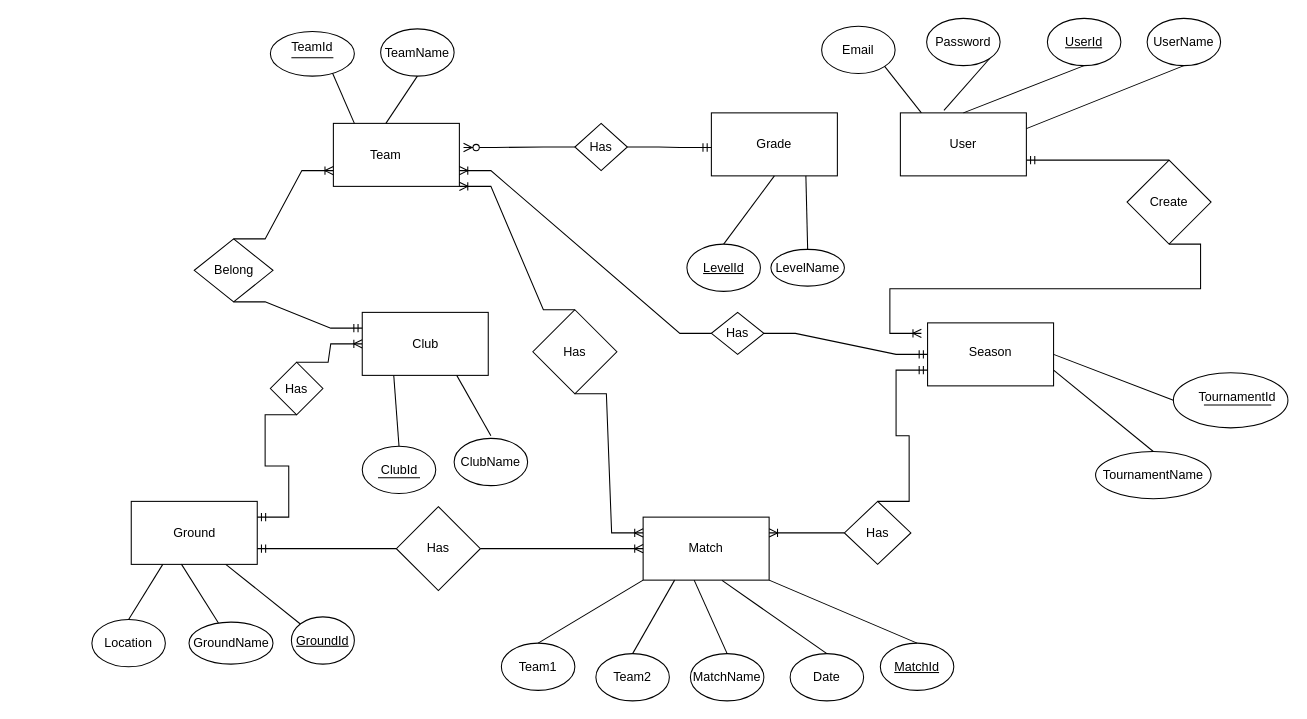
chamithopatha/Crickfix keeps this draw.io diagram as Untitled Diagram.drawio. Above is the earlier version. Source tidied: cells renumbered, new cells numbered last; positions are measured from the earlier drawing's top-left corner, leaving out a move shared by most shapes. Both pictures are drawn from the tidied source at 105%, with x=0, y=0 at pixel (91, 18).
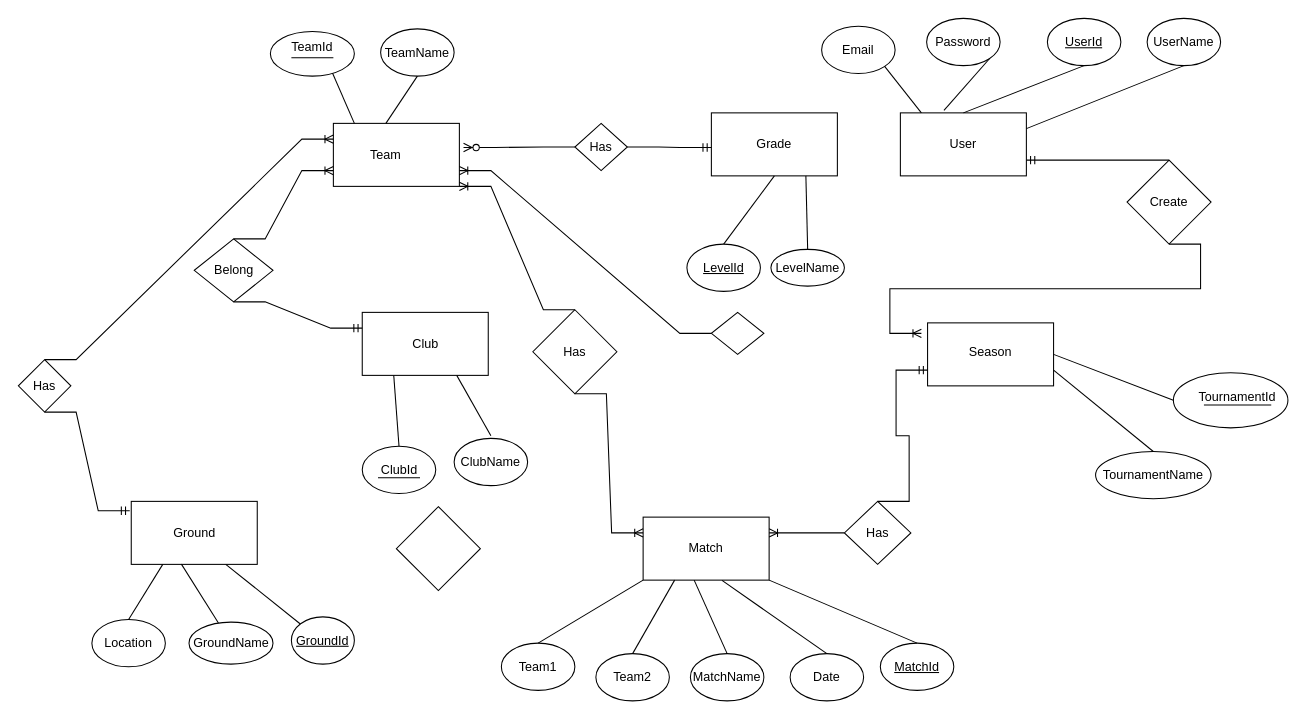
The same diagram, later.

Unchanged cells that the change refers to:
```xml
<mxCell id="15" style="rounded=0;whiteSpace=wrap;html=1;" parent="1" vertex="1">
  <mxGeometry x="230" y="100" width="120" height="60" as="geometry" />
</mxCell>
<mxCell id="19" style="rounded=0;whiteSpace=wrap;html=1;" parent="1" vertex="1">
  <mxGeometry x="37.5" y="460" width="120" height="60" as="geometry" />
</mxCell>
<mxCell id="22" style="rounded=0;whiteSpace=wrap;html=1;" parent="1" vertex="1">
  <mxGeometry x="525" y="475" width="120" height="60" as="geometry" />
</mxCell>
<mxCell id="27" style="rounded=0;whiteSpace=wrap;html=1;" parent="1" vertex="1">
  <mxGeometry x="795.9" y="290" width="120" height="60" as="geometry" />
</mxCell>
<mxCell id="80" style="rounded=0;whiteSpace=wrap;html=1;" parent="1" vertex="1">
  <mxGeometry x="257.5" y="280" width="120" height="60" as="geometry" />
</mxCell>
```

The edit, as a diff of the source:
```diff
@@
-    <mxCell id="47" value="Has" style="rhombus;whiteSpace=wrap;html=1;rotation=0;" parent="1" vertex="1">
+    <mxCell id="47" style="rhombus;whiteSpace=wrap;html=1;rotation=0;" parent="1" vertex="1">
       <mxGeometry x="590" y="280" width="50" height="40" as="geometry" />
     </mxCell>
@@
     <mxCell id="50" value="Has" style="rhombus;whiteSpace=wrap;html=1;rotation=0;" parent="1" vertex="1">
-      <mxGeometry x="170" y="327.5" width="50" height="50" as="geometry" />
+      <mxGeometry x="-70" y="325" width="50" height="50" as="geometry" />
     </mxCell>
-    <mxCell id="51" style="edgeStyle=entityRelationEdgeStyle;fontSize=12;html=1;endArrow=ERmandOne;rounded=0;entryX=0;entryY=0.5;entryDx=0;entryDy=0;exitX=1;exitY=0.5;exitDx=0;exitDy=0;" parent="1" edge="1" source="47" target="27">
-      <mxGeometry relative="1" as="geometry" />
-    </mxCell>
@@
-    <mxCell id="62" value="Has" style="rhombus;whiteSpace=wrap;html=1;" parent="1" vertex="1">
+    <mxCell id="62" style="rhombus;whiteSpace=wrap;html=1;" parent="1" vertex="1">
       <mxGeometry x="290" y="465" width="80" height="80" as="geometry" />
     </mxCell>
@@
-    <mxCell id="76" style="edgeStyle=entityRelationEdgeStyle;fontSize=12;html=1;endArrow=ERoneToMany;rounded=0;exitX=0.5;exitY=0;exitDx=0;exitDy=0;entryX=0;entryY=0.5;entryDx=0;entryDy=0;" parent="1" edge="1" source="50" target="80">
+    <mxCell id="76" style="edgeStyle=entityRelationEdgeStyle;fontSize=12;html=1;endArrow=ERoneToMany;rounded=0;exitX=0.5;exitY=0;exitDx=0;exitDy=0;entryX=0;entryY=0.25;entryDx=0;entryDy=0;" parent="1" edge="1" source="50" target="15">
       <mxGeometry relative="1" as="geometry">
         <Array as="points">
           <mxPoint x="210" y="280" />
           <mxPoint x="200" y="280" />
         </Array>
       </mxGeometry>
     </mxCell>
-    <mxCell id="77" style="edgeStyle=entityRelationEdgeStyle;fontSize=12;html=1;endArrow=ERoneToMany;rounded=0;exitX=1;exitY=0.5;exitDx=0;exitDy=0;entryX=0;entryY=0.5;entryDx=0;entryDy=0;" parent="1" edge="1" source="62" target="22">
-      <mxGeometry relative="1" as="geometry" />
-    </mxCell>
-    <mxCell id="78" style="edgeStyle=entityRelationEdgeStyle;fontSize=12;html=1;endArrow=ERmandOne;rounded=0;entryX=1;entryY=0.75;entryDx=0;entryDy=0;exitX=0;exitY=0.5;exitDx=0;exitDy=0;" parent="1" edge="1" source="62" target="19">
-      <mxGeometry relative="1" as="geometry" />
-    </mxCell>
-    <mxCell id="79" style="edgeStyle=entityRelationEdgeStyle;fontSize=12;html=1;endArrow=ERmandOne;rounded=0;exitX=0.5;exitY=1;exitDx=0;exitDy=0;entryX=1;entryY=0.25;entryDx=0;entryDy=0;" parent="1" edge="1" source="50" target="19">
+    <mxCell id="79" style="edgeStyle=entityRelationEdgeStyle;fontSize=12;html=1;endArrow=ERmandOne;rounded=0;exitX=0.5;exitY=1;exitDx=0;exitDy=0;entryX=-0.012;entryY=0.15;entryDx=0;entryDy=0;entryPerimeter=0;" parent="1" edge="1" source="50" target="19">
       <mxGeometry relative="1" as="geometry" />
     </mxCell>
```
